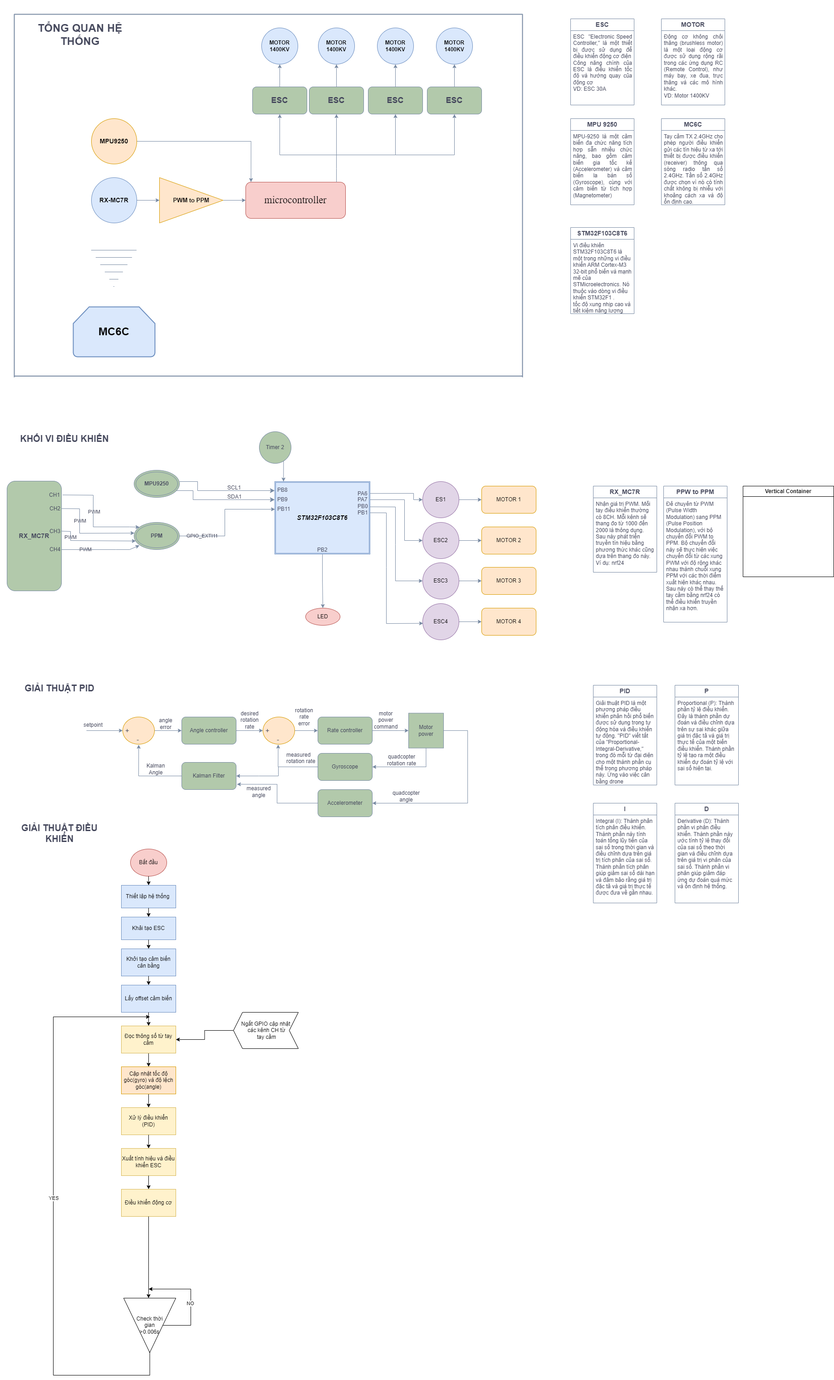
Earlier version of the draw.io export Untitled Diagram.drawio.png (trung5522/fly). Source tidied: cells renumbered, new cells last; positions are measured from the earlier drawing's top-left corner, leaving out a move shared by most shapes.
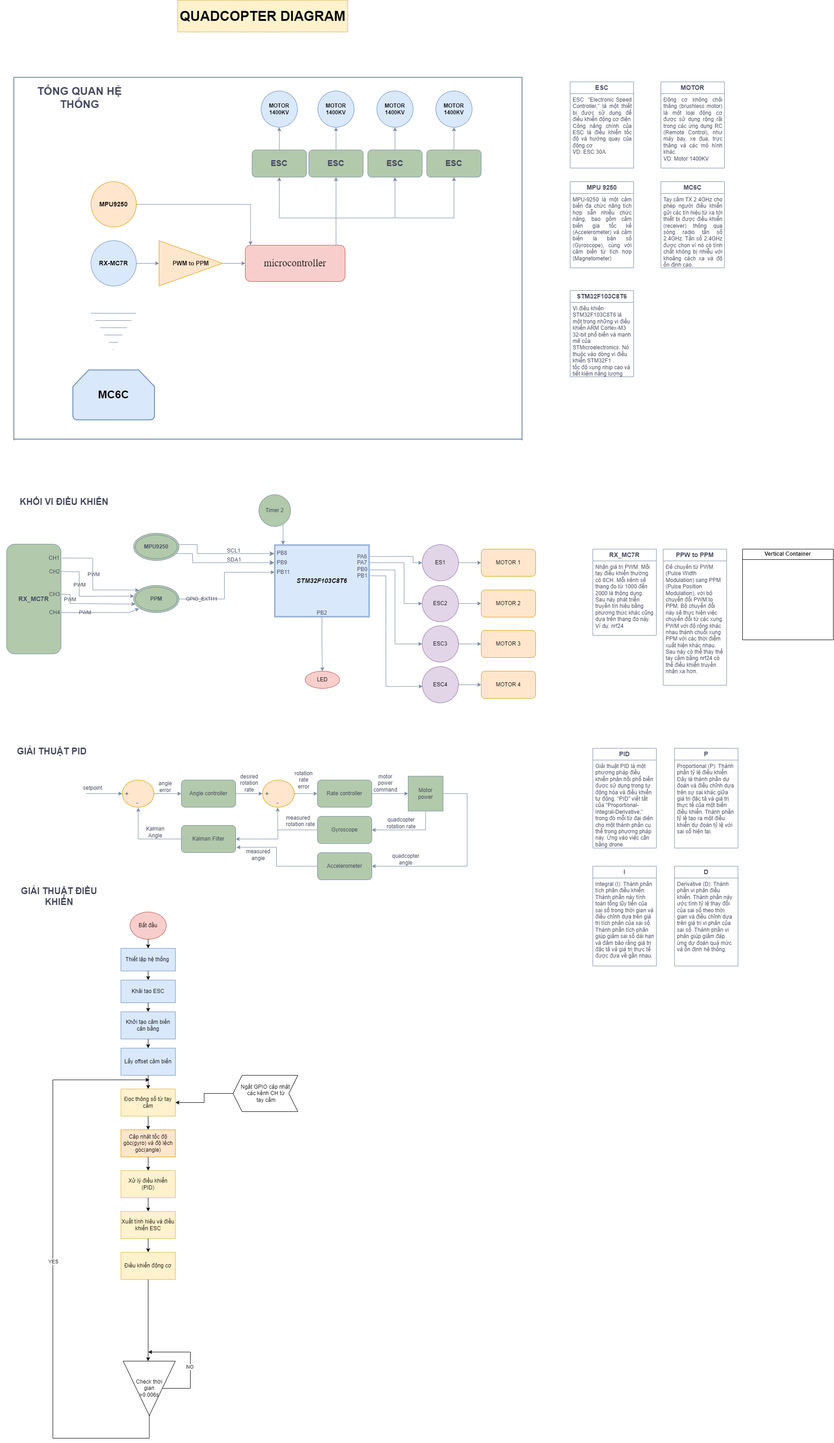
Later version of the same file.

Commit message:
Cập nhật Untitled Diagram.drawio.png

Diff of the diagram source:
```diff
@@ -473,7 +473,7 @@
       <mxGeometry x="41" y="950" width="200" height="30" as="geometry" />
     </mxCell>
     <mxCell id="116" value="&lt;span style=&quot;font-size: 20px;&quot;&gt;&lt;b&gt;GIẢI THUẬT PID&lt;/b&gt;&lt;/span&gt;" style="text;html=1;strokeColor=none;fillColor=none;align=center;verticalAlign=middle;whiteSpace=wrap;rounded=0;labelBackgroundColor=none;fontColor=#46495D;" parent="1" vertex="1">
-      <mxGeometry x="30" y="1500" width="200" height="30" as="geometry" />
+      <mxGeometry x="14" y="1500" width="200" height="30" as="geometry" />
     </mxCell>
     <mxCell id="117" value="&lt;b style=&quot;border-color: var(--border-color); font-size: 14px;&quot;&gt;RX_MC7R&lt;/b&gt;" style="swimlane;fontStyle=0;horizontal=1;startSize=26;fillColor=none;whiteSpace=wrap;html=1;strokeColor=#788AA3;fontColor=#46495D;" parent="1" vertex="1">
       <mxGeometry x="1306" y="1070" width="140" height="190" as="geometry" />
@@ -643,5 +643,8 @@
     <mxCell id="167" value="Cập nhật tốc độ góc(gyro) và độ lệch góc(angle)" style="rounded=0;whiteSpace=wrap;html=1;fillColor=#ffe6cc;strokeColor=#d79b00;" parent="1" vertex="1">
       <mxGeometry x="266" y="2350" width="120" height="60" as="geometry" />
     </mxCell>
+    <mxCell id="168" value="&lt;h1&gt;&lt;font style=&quot;font-size: 30px;&quot;&gt;QUADCOPTER DIAGRAM&lt;/font&gt;&lt;/h1&gt;" style="text;html=1;strokeColor=#d6b656;fillColor=#fff2cc;align=center;verticalAlign=middle;whiteSpace=wrap;rounded=0;labelBackgroundColor=none;" parent="1" vertex="1">
+      <mxGeometry x="391" y="-140" width="375" height="70" as="geometry" />
+    </mxCell>
   </root>
 </mxGraphModel>
```
